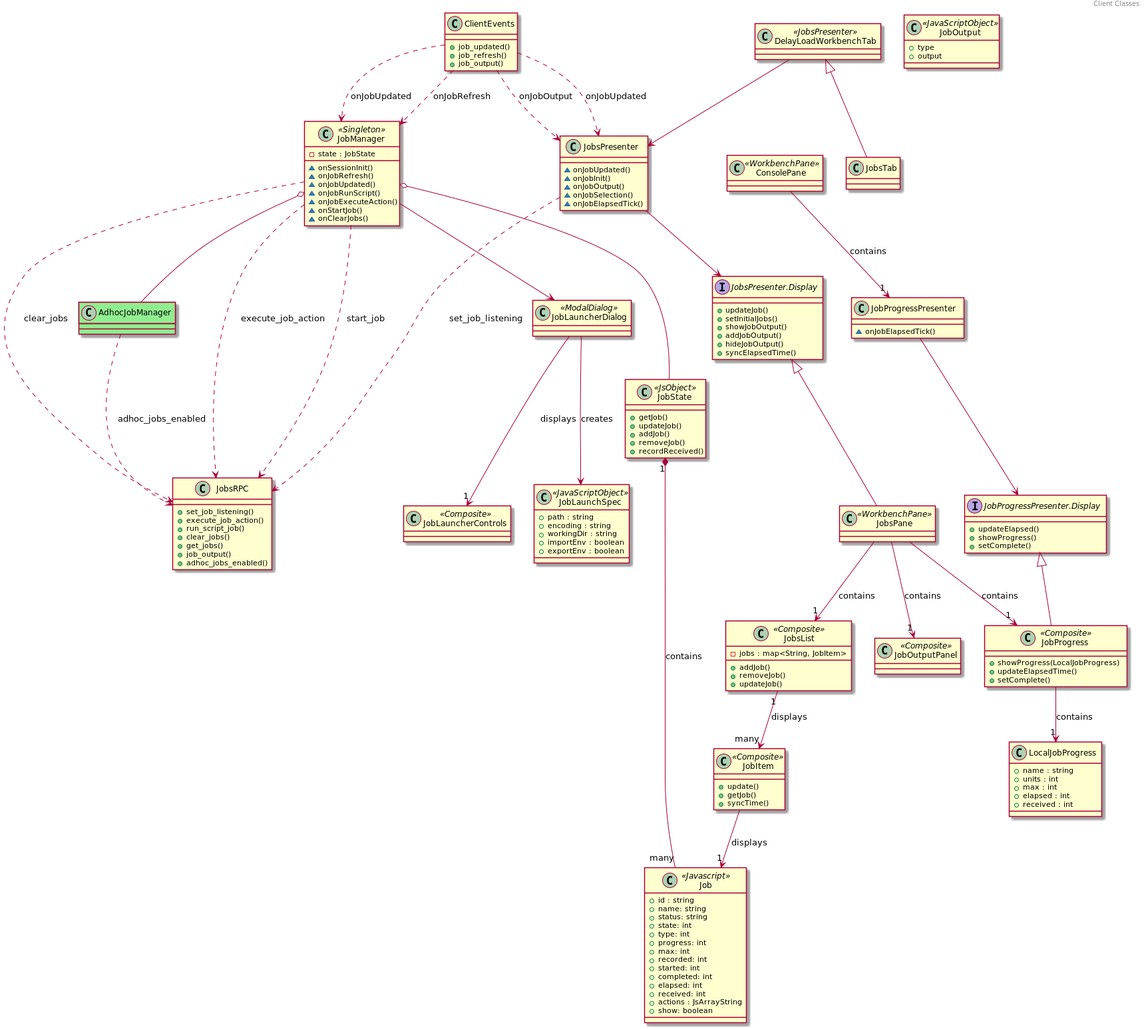
This is gwt_classes.png from gtritchie/uml, a PlantUML export, as it was before one commit.
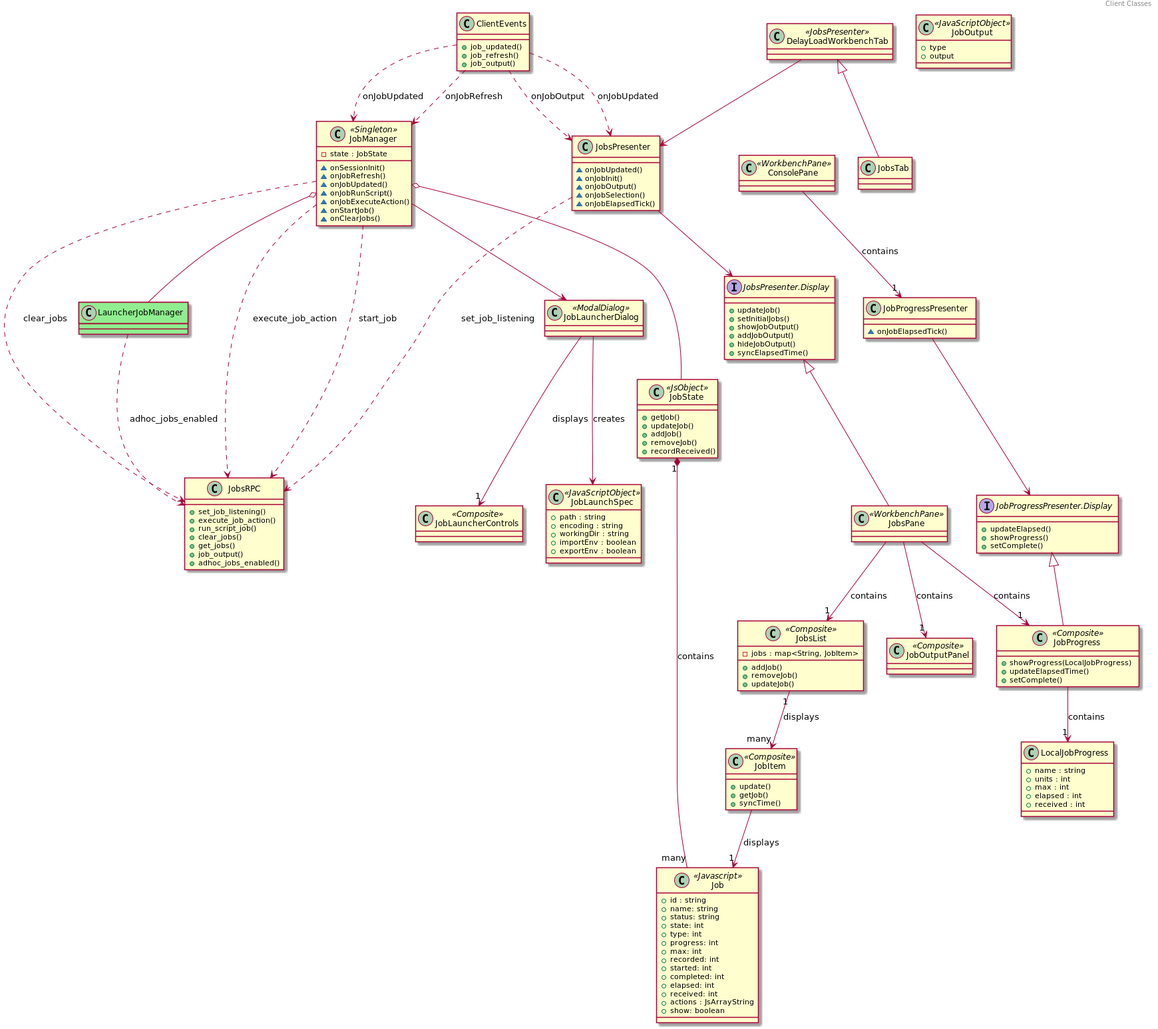
The same file after the commit.

What changed in the source:
```diff
@@ -177,9 +177,9 @@
 JobLauncherDialog --> JobLaunchSpec : creates
 JobManager --> JobLauncherDialog
 
-class AdhocJobManager #LightGreen {
+class LauncherJobManager #LightGreen {
 }
 
-JobManager o-- AdhocJobManager
-AdhocJobManager ..> JobsRPC : adhoc_jobs_enabled
+JobManager o-- LauncherJobManager
+LauncherJobManager ..> JobsRPC : adhoc_jobs_enabled
 @enduml
```
